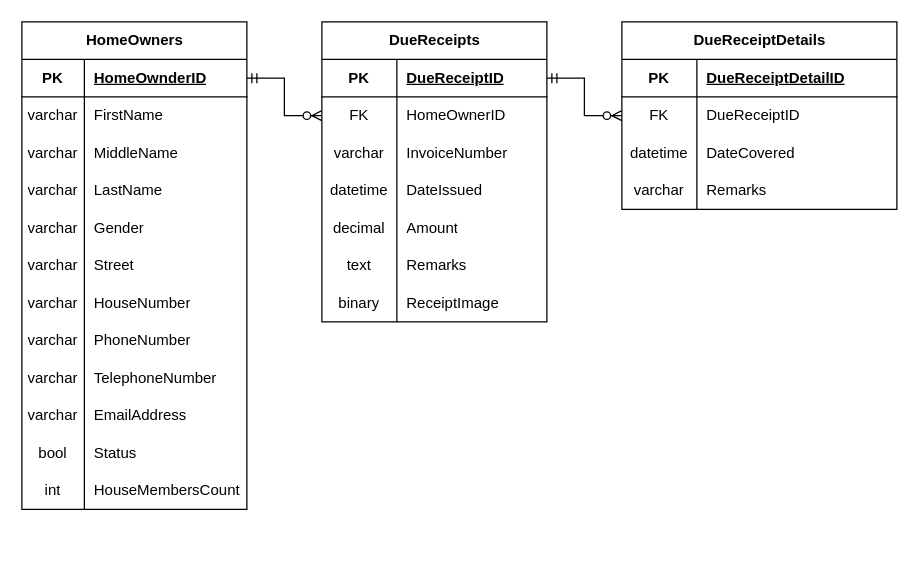
Before: ERD/Favihomas ERD.drawio in tatercodes/Favihomas, a draw.io diagram. Source tidied: cells renumbered, new cells numbered last; positions are measured from the earlier drawing's top-left corner, leaving out a move shared by most shapes. Both pictures are drawn from the tidied source at 125%, with x=0, y=0 at pixel (21, 21).
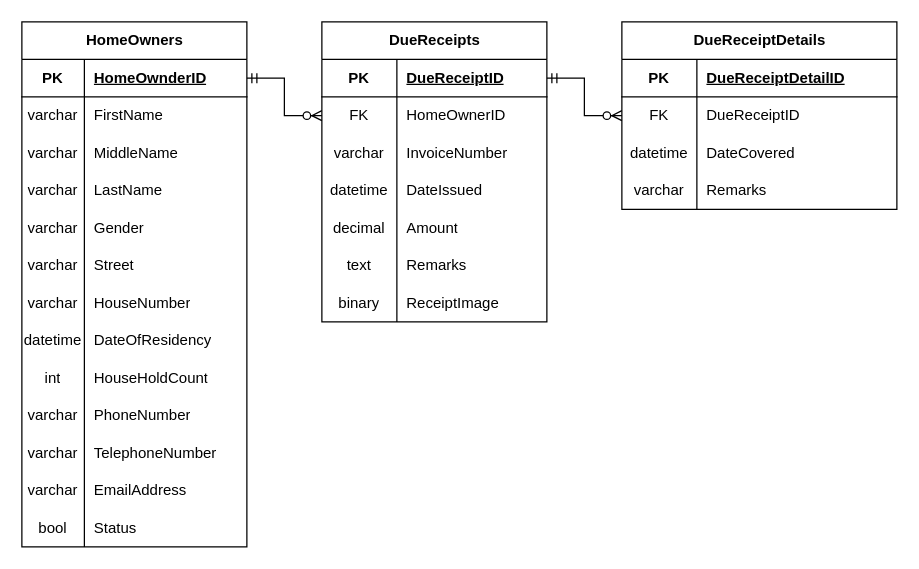
Above is the later version.

The edit, as a diff of the source:
```diff
@@
     <mxCell id="2" value="HomeOwners" style="shape=table;startSize=30;childLayout=tableLayout;rowLines=0;fontStyle=1;align=center;html=1;" parent="1" vertex="1">
-      <mxGeometry width="180" height="390" as="geometry" />
+      <mxGeometry width="180" height="420" as="geometry" />
     </mxCell>
@@
+    <mxCell id="76" style="shape=tableRow;horizontal=0;startSize=0;swimlaneHead=0;swimlaneBody=0;fillColor=none;top=0;left=0;right=0;bottom=0;" parent="2" vertex="1">
+      <mxGeometry y="240" width="180" height="30" as="geometry" />
+    </mxCell>
+    <mxCell id="77" value="datetime" style="shape=partialRectangle;fillColor=none;top=0;left=0;bottom=0;right=0;overflow=hidden;whiteSpace=wrap;html=1;" parent="76" vertex="1">
+      <mxGeometry width="50" height="30" as="geometry" />
+    </mxCell>
+    <mxCell id="78" value="DateOfResidency" style="shape=partialRectangle;fillColor=none;top=0;left=0;bottom=0;right=0;align=left;spacingLeft=6;overflow=hidden;whiteSpace=wrap;html=1;" parent="76" vertex="1">
+      <mxGeometry x="50" width="130" height="30" as="geometry" />
+    </mxCell>
+    <mxCell id="36" style="shape=tableRow;horizontal=0;startSize=0;swimlaneHead=0;swimlaneBody=0;fillColor=none;top=0;left=0;right=0;bottom=0;" parent="2" vertex="1">
+      <mxGeometry y="270" width="180" height="30" as="geometry" />
+    </mxCell>
+    <mxCell id="37" value="int" style="shape=partialRectangle;fillColor=none;top=0;left=0;bottom=0;right=0;overflow=hidden;whiteSpace=wrap;html=1;" parent="36" vertex="1">
+      <mxGeometry width="50" height="30" as="geometry" />
+    </mxCell>
+    <mxCell id="38" value="HouseHoldCount" style="shape=partialRectangle;fillColor=none;top=0;left=0;bottom=0;right=0;align=left;spacingLeft=6;overflow=hidden;whiteSpace=wrap;html=1;" parent="36" vertex="1">
+      <mxGeometry x="50" width="130" height="30" as="geometry" />
+    </mxCell>
     <mxCell id="24" style="shape=tableRow;horizontal=0;startSize=0;swimlaneHead=0;swimlaneBody=0;fillColor=none;top=0;left=0;right=0;bottom=0;" parent="2" vertex="1">
-      <mxGeometry y="240" width="180" height="30" as="geometry" />
+      <mxGeometry y="300" width="180" height="30" as="geometry" />
     </mxCell>
@@
     <mxCell id="27" style="shape=tableRow;horizontal=0;startSize=0;swimlaneHead=0;swimlaneBody=0;fillColor=none;top=0;left=0;right=0;bottom=0;" parent="2" vertex="1">
-      <mxGeometry y="270" width="180" height="30" as="geometry" />
+      <mxGeometry y="330" width="180" height="30" as="geometry" />
     </mxCell>
@@
     <mxCell id="30" style="shape=tableRow;horizontal=0;startSize=0;swimlaneHead=0;swimlaneBody=0;fillColor=none;top=0;left=0;right=0;bottom=0;" parent="2" vertex="1">
-      <mxGeometry y="300" width="180" height="30" as="geometry" />
+      <mxGeometry y="360" width="180" height="30" as="geometry" />
     </mxCell>
@@
     <mxCell id="33" style="shape=tableRow;horizontal=0;startSize=0;swimlaneHead=0;swimlaneBody=0;fillColor=none;top=0;left=0;right=0;bottom=0;" parent="2" vertex="1">
-      <mxGeometry y="330" width="180" height="30" as="geometry" />
+      <mxGeometry y="390" width="180" height="30" as="geometry" />
     </mxCell>
@@
-    <mxCell id="36" style="shape=tableRow;horizontal=0;startSize=0;swimlaneHead=0;swimlaneBody=0;fillColor=none;top=0;left=0;right=0;bottom=0;" parent="2" vertex="1">
-      <mxGeometry y="360" width="180" height="30" as="geometry" />
-    </mxCell>
-    <mxCell id="37" value="int" style="shape=partialRectangle;fillColor=none;top=0;left=0;bottom=0;right=0;overflow=hidden;whiteSpace=wrap;html=1;" parent="36" vertex="1">
-      <mxGeometry width="50" height="30" as="geometry" />
-    </mxCell>
-    <mxCell id="38" value="HouseMembersCount" style="shape=partialRectangle;fillColor=none;top=0;left=0;bottom=0;right=0;align=left;spacingLeft=6;overflow=hidden;whiteSpace=wrap;html=1;" parent="36" vertex="1">
-      <mxGeometry x="50" width="130" height="30" as="geometry" />
-    </mxCell>
```
